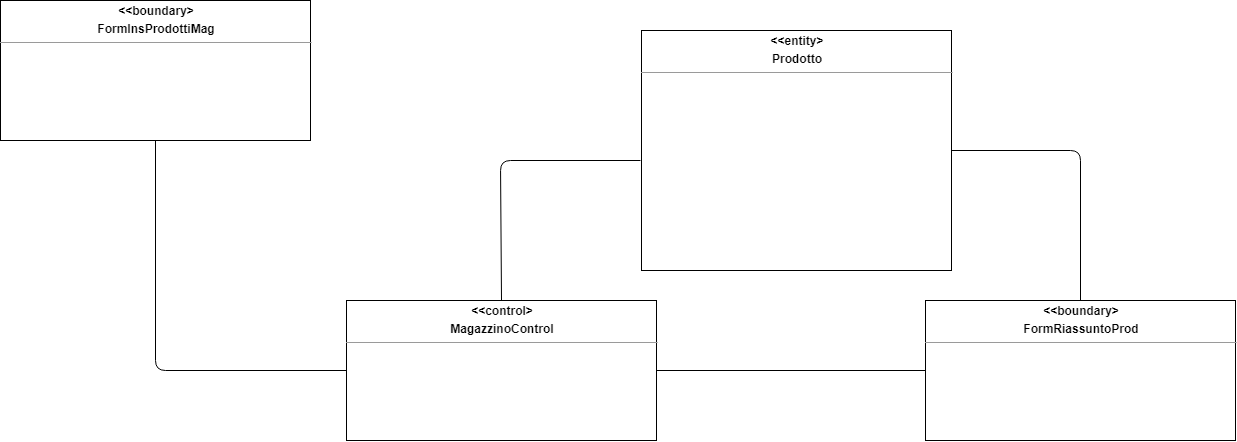
Earlier version of the draw.io export documentazioneRAD/Object&SequenceDiagram/OD_2.png (Ciro-Fusco/NewDM). Source tidied: cells renumbered, new cells last; positions are measured from the earlier drawing's top-left corner, leaving out a move shared by most shapes. The source it was exported from:
```xml
<mxGraphModel background="#ffffff">
  <root>
    <mxCell id="0" />
    <mxCell id="1" parent="0" />
    <mxCell id="2" value="&lt;p style=&quot;margin: 0px ; margin-top: 4px ; text-align: center&quot;&gt;&lt;b&gt;&amp;lt;&amp;lt;entity&amp;gt;&lt;/b&gt;&lt;/p&gt;&lt;p style=&quot;margin: 0px ; margin-top: 4px ; text-align: center&quot;&gt;&lt;b&gt;Prodotto&lt;/b&gt;&lt;/p&gt;&lt;hr size=&quot;1&quot;&gt;&lt;p style=&quot;margin: 0px ; margin-left: 4px&quot;&gt;&lt;br&gt;&lt;/p&gt;" style="verticalAlign=top;align=left;overflow=fill;fontSize=12;fontFamily=Helvetica;html=1;rounded=0;shadow=0;comic=0;labelBackgroundColor=none;strokeWidth=1;" parent="1" vertex="1">
      <mxGeometry x="641" y="30" width="310" height="240" as="geometry" />
    </mxCell>
    <mxCell id="3" value="&lt;p style=&quot;margin: 0px ; margin-top: 4px ; text-align: center&quot;&gt;&lt;b&gt;&amp;lt;&amp;lt;boundary&amp;gt;&lt;/b&gt;&lt;/p&gt;&lt;p style=&quot;margin: 0px ; margin-top: 4px ; text-align: center&quot;&gt;&lt;b&gt;FormInsProdottiMag&lt;/b&gt;&lt;/p&gt;&lt;hr size=&quot;1&quot;&gt;&lt;p style=&quot;margin: 0px ; margin-left: 4px&quot;&gt;&lt;br&gt;&lt;/p&gt;" style="verticalAlign=top;align=left;overflow=fill;fontSize=12;fontFamily=Helvetica;html=1;rounded=0;shadow=0;comic=0;labelBackgroundColor=none;strokeWidth=1;" parent="1" vertex="1">
      <mxGeometry width="310" height="140" as="geometry" />
    </mxCell>
    <mxCell id="4" value="&lt;p style=&quot;margin: 0px ; margin-top: 4px ; text-align: center&quot;&gt;&lt;b&gt;&amp;lt;&amp;lt;control&amp;gt;&lt;/b&gt;&lt;/p&gt;&lt;p style=&quot;margin: 0px ; margin-top: 4px ; text-align: center&quot;&gt;&lt;b&gt;MagazzinoControl&lt;/b&gt;&lt;/p&gt;&lt;hr size=&quot;1&quot;&gt;&lt;p style=&quot;margin: 0px ; margin-left: 4px&quot;&gt;&lt;br&gt;&lt;/p&gt;" style="verticalAlign=top;align=left;overflow=fill;fontSize=12;fontFamily=Helvetica;html=1;rounded=0;shadow=0;comic=0;labelBackgroundColor=none;strokeWidth=1;" parent="1" vertex="1">
      <mxGeometry x="346" y="300" width="310" height="140" as="geometry" />
    </mxCell>
    <mxCell id="5" value="&lt;p style=&quot;margin: 0px ; margin-top: 4px ; text-align: center&quot;&gt;&lt;b&gt;&amp;lt;&amp;lt;boundary&amp;gt;&lt;/b&gt;&lt;/p&gt;&lt;p style=&quot;margin: 0px ; margin-top: 4px ; text-align: center&quot;&gt;&lt;b&gt;FormRiassuntoProd&lt;/b&gt;&lt;/p&gt;&lt;hr size=&quot;1&quot;&gt;&lt;p style=&quot;margin: 0px ; margin-left: 4px&quot;&gt;&lt;br&gt;&lt;/p&gt;" style="verticalAlign=top;align=left;overflow=fill;fontSize=12;fontFamily=Helvetica;html=1;rounded=0;shadow=0;comic=0;labelBackgroundColor=none;strokeWidth=1;" parent="1" vertex="1">
      <mxGeometry x="925" y="300" width="310" height="140" as="geometry" />
    </mxCell>
    <mxCell id="6" style="endArrow=none;html=1;entryX=0.5;entryY=1;entryDx=0;entryDy=0;exitX=0;exitY=0.5;exitDx=0;exitDy=0;" parent="1" edge="1" source="4" target="3">
      <mxGeometry relative="1" as="geometry">
        <Array as="points">
          <mxPoint x="155" y="370" />
        </Array>
      </mxGeometry>
    </mxCell>
    <mxCell id="7" style="endArrow=none;html=1;exitX=0.5;exitY=0;exitDx=0;exitDy=0;" parent="1" edge="1" source="4">
      <mxGeometry relative="1" as="geometry">
        <mxPoint x="640" y="160" as="targetPoint" />
        <Array as="points">
          <mxPoint x="500" y="160" />
        </Array>
      </mxGeometry>
    </mxCell>
    <mxCell id="8" style="endArrow=none;html=1;entryX=1;entryY=0.5;entryDx=0;entryDy=0;exitX=0;exitY=0.5;exitDx=0;exitDy=0;" parent="1" edge="1" source="5" target="4">
      <mxGeometry relative="1" as="geometry" />
    </mxCell>
    <mxCell id="9" style="endArrow=none;html=1;exitX=1;exitY=0.5;exitDx=0;exitDy=0;entryX=0.5;entryY=0;entryDx=0;entryDy=0;" parent="1" edge="1" source="2" target="5">
      <mxGeometry relative="1" as="geometry">
        <Array as="points">
          <mxPoint x="1080" y="150" />
        </Array>
      </mxGeometry>
    </mxCell>
  </root>
</mxGraphModel>
```
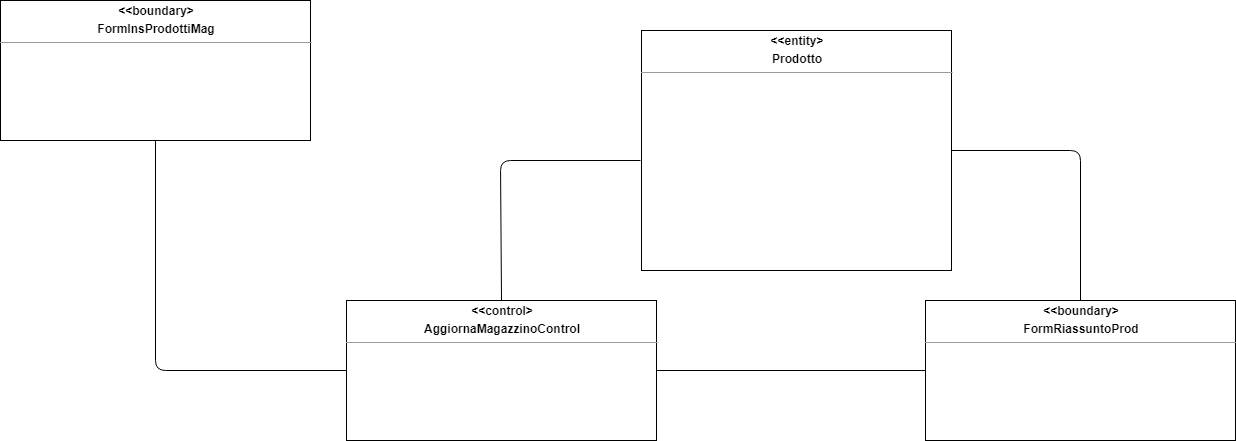
After the commit.

The edit, as a diff of the source:
```diff
@@ -8,7 +8,7 @@
     <mxCell id="3" value="&lt;p style=&quot;margin: 0px ; margin-top: 4px ; text-align: center&quot;&gt;&lt;b&gt;&amp;lt;&amp;lt;boundary&amp;gt;&lt;/b&gt;&lt;/p&gt;&lt;p style=&quot;margin: 0px ; margin-top: 4px ; text-align: center&quot;&gt;&lt;b&gt;FormInsProdottiMag&lt;/b&gt;&lt;/p&gt;&lt;hr size=&quot;1&quot;&gt;&lt;p style=&quot;margin: 0px ; margin-left: 4px&quot;&gt;&lt;br&gt;&lt;/p&gt;" style="verticalAlign=top;align=left;overflow=fill;fontSize=12;fontFamily=Helvetica;html=1;rounded=0;shadow=0;comic=0;labelBackgroundColor=none;strokeWidth=1;" parent="1" vertex="1">
       <mxGeometry width="310" height="140" as="geometry" />
     </mxCell>
-    <mxCell id="4" value="&lt;p style=&quot;margin: 0px ; margin-top: 4px ; text-align: center&quot;&gt;&lt;b&gt;&amp;lt;&amp;lt;control&amp;gt;&lt;/b&gt;&lt;/p&gt;&lt;p style=&quot;margin: 0px ; margin-top: 4px ; text-align: center&quot;&gt;&lt;b&gt;MagazzinoControl&lt;/b&gt;&lt;/p&gt;&lt;hr size=&quot;1&quot;&gt;&lt;p style=&quot;margin: 0px ; margin-left: 4px&quot;&gt;&lt;br&gt;&lt;/p&gt;" style="verticalAlign=top;align=left;overflow=fill;fontSize=12;fontFamily=Helvetica;html=1;rounded=0;shadow=0;comic=0;labelBackgroundColor=none;strokeWidth=1;" parent="1" vertex="1">
+    <mxCell id="4" value="&lt;p style=&quot;margin: 0px ; margin-top: 4px ; text-align: center&quot;&gt;&lt;b&gt;&amp;lt;&amp;lt;control&amp;gt;&lt;/b&gt;&lt;/p&gt;&lt;p style=&quot;margin: 0px ; margin-top: 4px ; text-align: center&quot;&gt;&lt;b&gt;AggiornaMagazzinoControl&lt;/b&gt;&lt;/p&gt;&lt;hr size=&quot;1&quot;&gt;&lt;p style=&quot;margin: 0px ; margin-left: 4px&quot;&gt;&lt;br&gt;&lt;/p&gt;" style="verticalAlign=top;align=left;overflow=fill;fontSize=12;fontFamily=Helvetica;html=1;rounded=0;shadow=0;comic=0;labelBackgroundColor=none;strokeWidth=1;" parent="1" vertex="1">
       <mxGeometry x="346" y="300" width="310" height="140" as="geometry" />
     </mxCell>
     <mxCell id="5" value="&lt;p style=&quot;margin: 0px ; margin-top: 4px ; text-align: center&quot;&gt;&lt;b&gt;&amp;lt;&amp;lt;boundary&amp;gt;&lt;/b&gt;&lt;/p&gt;&lt;p style=&quot;margin: 0px ; margin-top: 4px ; text-align: center&quot;&gt;&lt;b&gt;FormRiassuntoProd&lt;/b&gt;&lt;/p&gt;&lt;hr size=&quot;1&quot;&gt;&lt;p style=&quot;margin: 0px ; margin-left: 4px&quot;&gt;&lt;br&gt;&lt;/p&gt;" style="verticalAlign=top;align=left;overflow=fill;fontSize=12;fontFamily=Helvetica;html=1;rounded=0;shadow=0;comic=0;labelBackgroundColor=none;strokeWidth=1;" parent="1" vertex="1">
```
